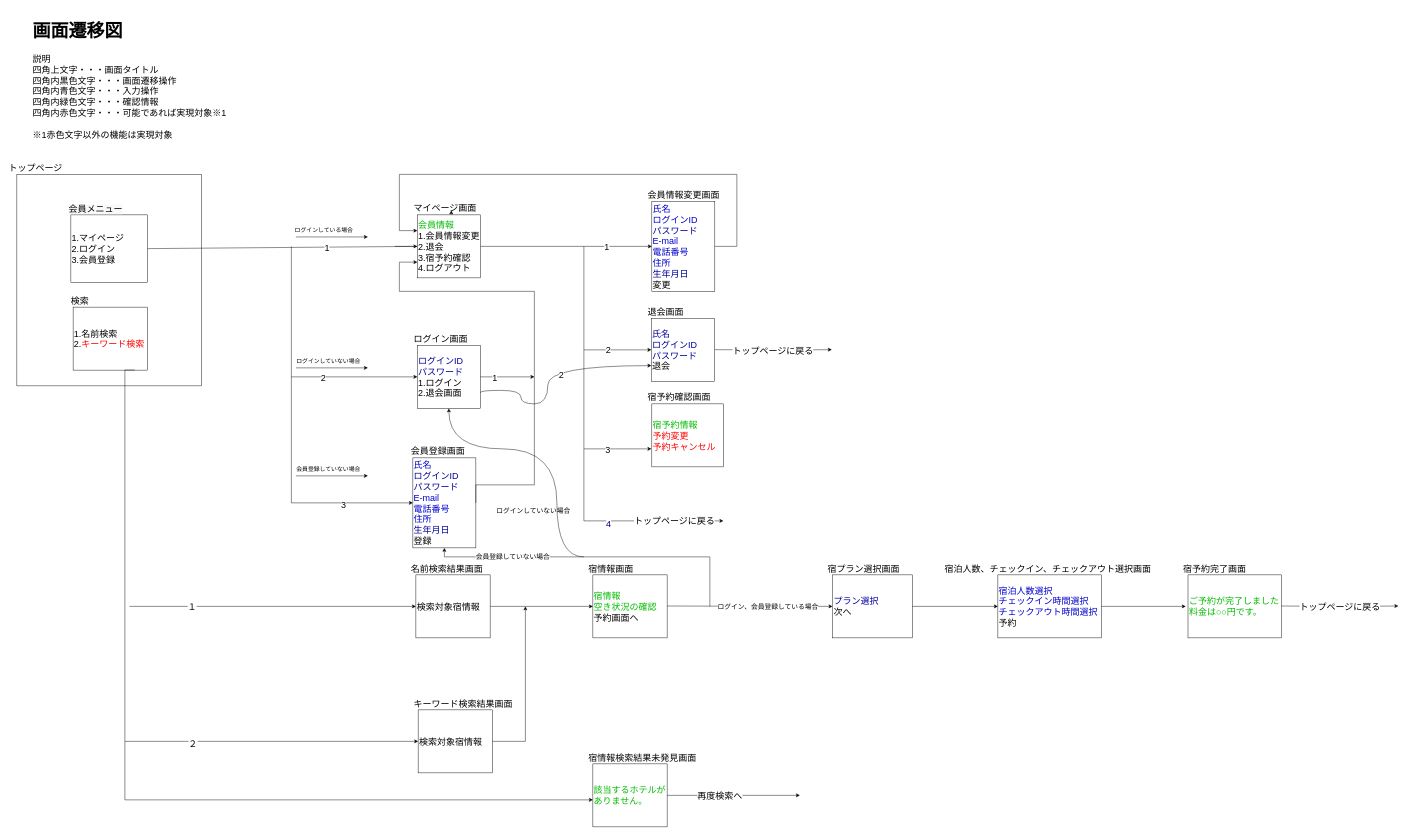
Before: レビュー用ファイル/画面遷移図ユーザ視点.drawio in 2022java42-student006/document, a draw.io diagram. Source tidied: cells renumbered, new cells numbered last; positions are measured from the earlier drawing's top-left corner, leaving out a move shared by most shapes. Both pictures are drawn from the tidied source at 45%, with x=0, y=0 at pixel (8, 12).
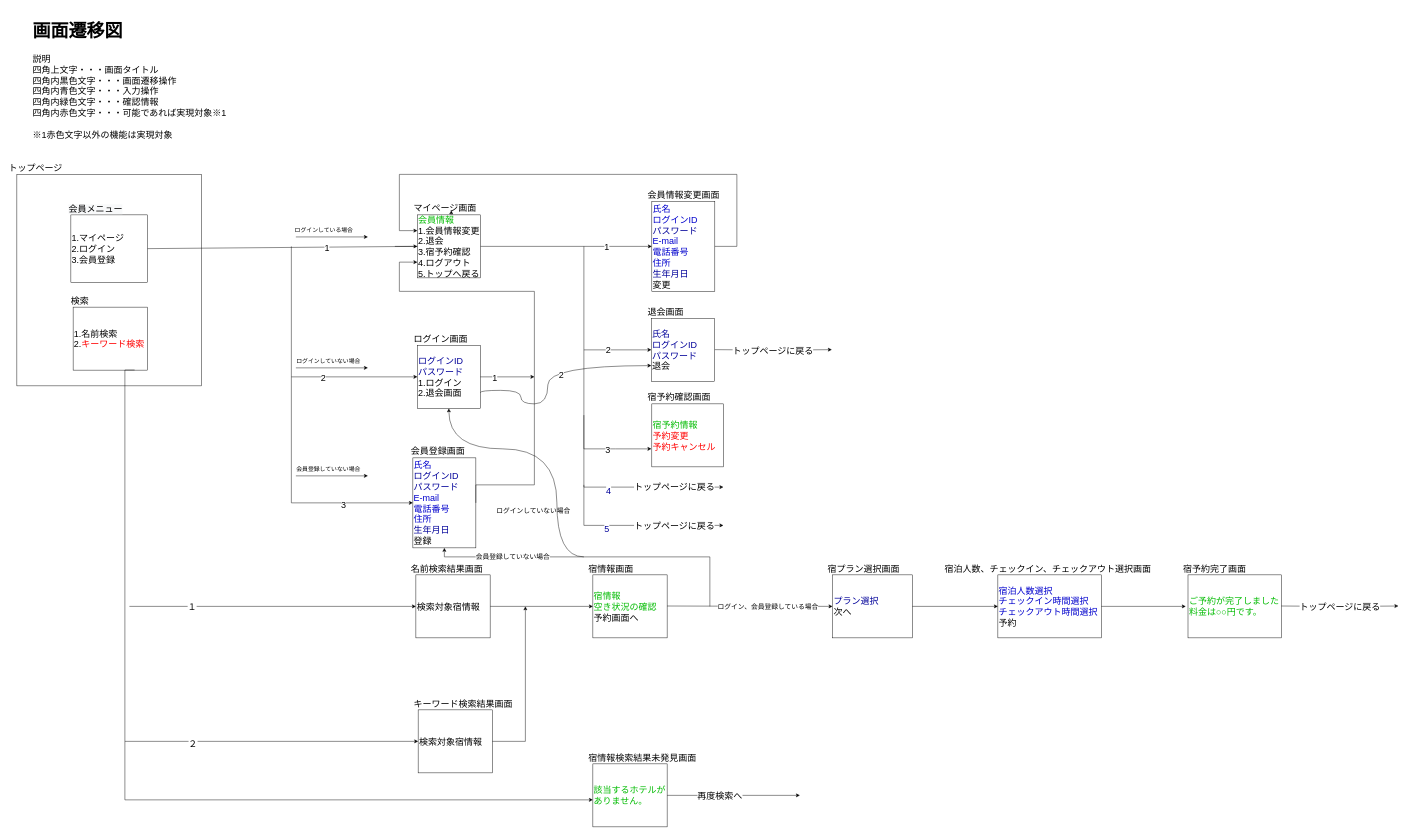
Above is the later version.

Commit message (it also covers changes not shown here):
画面遷移図マイページにトップ画面に戻るボタンを追加しました。

Diff of the diagram source:
```diff
@@
-    <mxCell id="32" value="&lt;font color=&quot;#00bb00&quot;&gt;会員情報&lt;/font&gt;&lt;br&gt;1.会員情報変更&lt;br&gt;2.退会&lt;br&gt;3.宿予約確認&lt;br&gt;4.ログアウト" style="rounded=0;whiteSpace=wrap;html=1;fontSize=20;align=left;" parent="1" vertex="1">
+    <mxCell id="32" value="&lt;font color=&quot;#00bb00&quot;&gt;会員情報&lt;/font&gt;&lt;br&gt;1.会員情報変更&lt;br&gt;2.退会&lt;br&gt;3.宿予約確認&lt;br&gt;4.ログアウト&lt;br&gt;5.トップへ戻る" style="rounded=0;whiteSpace=wrap;html=1;fontSize=20;align=left;" parent="1" vertex="1">
       <mxGeometry x="910" y="450" width="140" height="140" as="geometry" />
     </mxCell>
@@
     <mxCell id="67" style="endArrow=classic;html=1;rounded=0;fontColor=#000099;edgeStyle=elbowEdgeStyle;" parent="1" edge="1">
       <mxGeometry relative="1" as="geometry">
-        <mxPoint x="1280" y="970" as="sourcePoint" />
-        <mxPoint x="1590" y="1130" as="targetPoint" />
+        <mxPoint x="1280" y="895" as="sourcePoint" />
+        <mxPoint x="1590" y="1055" as="targetPoint" />
         <Array as="points">
-          <mxPoint x="1280" y="1130" />
+          <mxPoint x="1280" y="1055" />
         </Array>
       </mxGeometry>
     </mxCell>
@@
+    <mxCell id="88" style="endArrow=classic;html=1;rounded=0;fontColor=#000099;edgeStyle=elbowEdgeStyle;" parent="1" edge="1">
+      <mxGeometry relative="1" as="geometry">
+        <mxPoint x="1280" y="1050" as="sourcePoint" />
+        <mxPoint x="1590" y="1140" as="targetPoint" />
+        <Array as="points">
+          <mxPoint x="1280" y="1170" />
+        </Array>
+      </mxGeometry>
+    </mxCell>
+    <mxCell id="89" value="5" style="edgeLabel;html=1;align=center;verticalAlign=middle;fontColor=#000099;fontSize=20;" parent="88" vertex="1">
+      <mxGeometry x="-0.09" y="-6" relative="1" as="geometry">
+        <mxPoint x="-42" as="offset" />
+      </mxGeometry>
+    </mxCell>
+    <mxCell id="90" value="トップページに戻る" style="edgeLabel;html=1;align=center;verticalAlign=middle;fontSize=20;fontColor=#000000;" parent="88" vertex="1">
+      <mxGeometry x="0.4" y="1" relative="1" as="geometry">
+        <mxPoint x="10" as="offset" />
+      </mxGeometry>
+    </mxCell>
```
